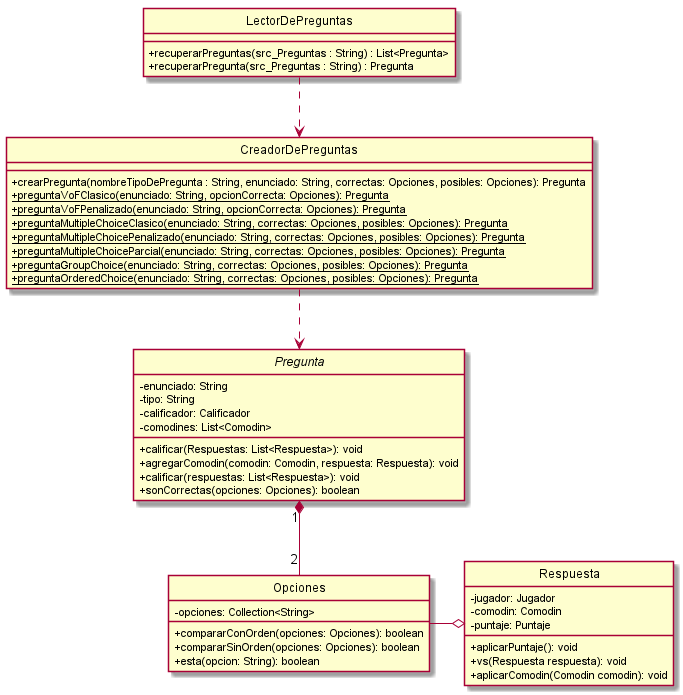
The PlantUML diagram src/main/java/edu/fiuba/algo3/Diagramas/png/DC/Pregunta.png in Alex1161/TP2, before a commit. Source of this version:
```plantuml
@startuml
hide circle
skinparam classAttributeIconSize 0

class CreadorDePreguntas{
    +crearPregunta(nombreTipoDePregunta : String, enunciado: String, correctas: Opciones, posibles: Opciones): Pregunta
    +{static}preguntaVoFClasico(enunciado: String, opcionCorrecta: Opciones): Pregunta
    +{static}preguntaVoFPenalizado(enunciado: String, opcionCorrecta: Opciones): Pregunta
    +{static}preguntaMultipleChoiceClasico(enunciado: String, correctas: Opciones, posibles: Opciones): Pregunta
    +{static}preguntaMultipleChoicePenalizado(enunciado: String, correctas: Opciones, posibles: Opciones): Pregunta
    +{static}preguntaMultipleChoiceParcial(enunciado: String, correctas: Opciones, posibles: Opciones): Pregunta
    +{static}preguntaGroupChoice(enunciado: String, correctas: Opciones, posibles: Opciones): Pregunta
    +{static}preguntaOrderedChoice(enunciado: String, correctas: Opciones, posibles: Opciones): Pregunta
}

class LectorDePreguntas{
    +recuperarPreguntas(src_Preguntas : String) : List<Pregunta>
    +recuperarPregunta(src_Preguntas : String) : Pregunta
}

Abstract Class Pregunta{
    -enunciado: String
    -tipo: String
    -calificador: Calificador
    -comodines: List<Comodin>
    +calificar(Respuestas: List<Respuesta>): void
    +agregarComodin(comodin: Comodin, respuesta: Respuesta): void
    +calificar(respuestas: List<Respuesta>): void
    +sonCorrectas(opciones: Opciones): boolean
}

Class Opciones{
    -opciones: Collection<String>
    +compararConOrden(opciones: Opciones): boolean
    +compararSinOrden(opciones: Opciones): boolean
    +esta(opcion: String): boolean
}

Class Respuesta{
    -jugador: Jugador
    -comodin: Comodin
    -puntaje: Puntaje
    +aplicarPuntaje(): void
    +vs(Respuesta respuesta): void
    +aplicarComodin(Comodin comodin): void
}

LectorDePreguntas..> CreadorDePreguntas
CreadorDePreguntas ..> Pregunta
Pregunta "1" *-- "2" Opciones
Respuesta o-left- Opciones
@enduml
```
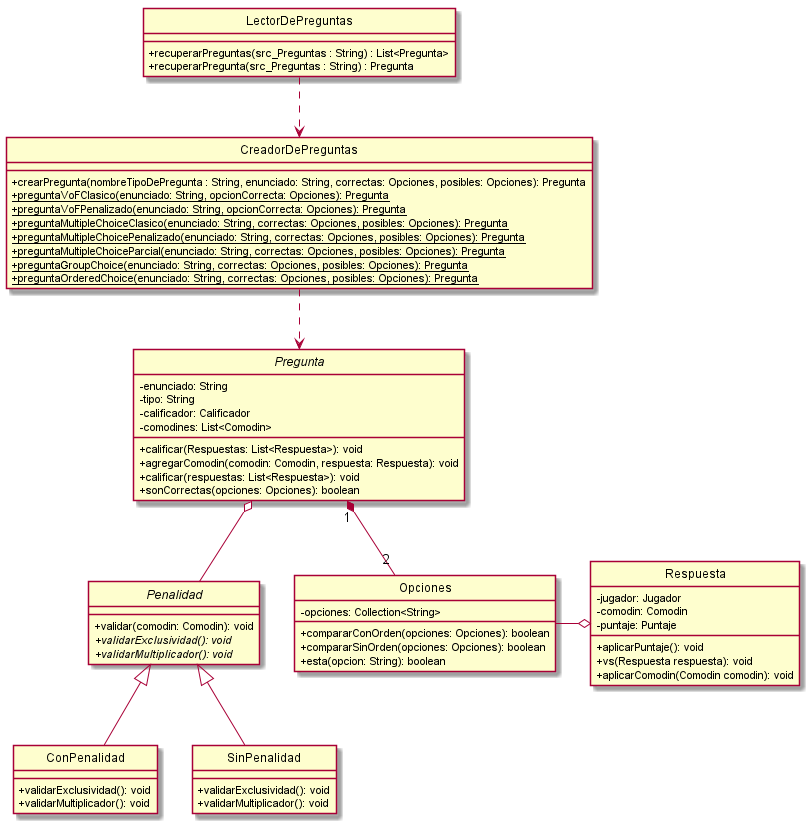
After the commit.

Commit message:
Arreglando diagrama de Pregunta y Modelo

Diff of the diagram source:
```diff
@@ -45,8 +45,27 @@
     +aplicarComodin(Comodin comodin): void
 }
 
+Abstract Class Penalidad{
+    +validar(comodin: Comodin): void
+    +{abstract}validarExclusividad(): void
+    +{abstract}validarMultiplicador(): void
+}
+
+Class ConPenalidad{
+    +validarExclusividad(): void
+    +validarMultiplicador(): void
+}
+
+Class SinPenalidad{
+    +validarExclusividad(): void
+    +validarMultiplicador(): void
+}
+
 LectorDePreguntas..> CreadorDePreguntas
 CreadorDePreguntas ..> Pregunta
 Pregunta "1" *-- "2" Opciones
 Respuesta o-left- Opciones
+ConPenalidad -up-|> Penalidad
+SinPenalidad -up-|> Penalidad
+Pregunta o-- Penalidad
 @enduml
```
